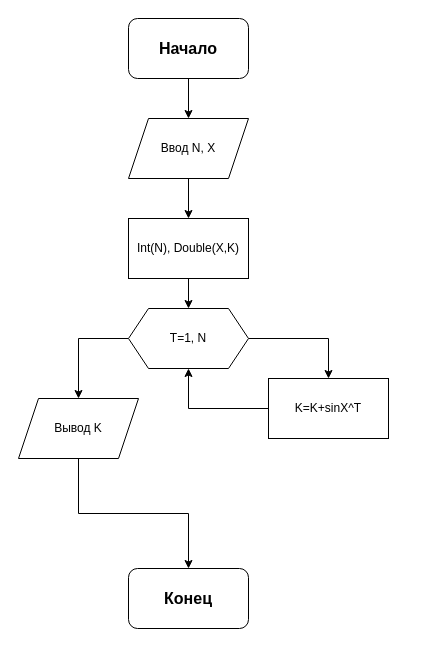
The draw.io diagram Untitled Diagram.drawio in SphaleRud/Python, before the edit. Source tidied: cells renumbered, new cells numbered last; positions are measured from the earlier drawing's top-left corner, leaving out a move shared by most shapes. Both pictures are drawn from the tidied source at 100%, with x=0, y=0 at pixel (18, 18).
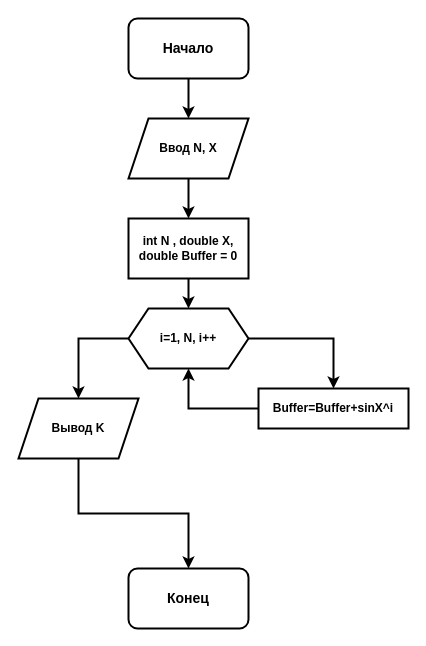
The same page after the edit.

Diff of the diagram source:
```diff
@@
 <mxGraphModel>
   <root>
     <mxCell id="0" />
     <mxCell id="1" parent="0" />
-    <mxCell id="2" style="edgeStyle=orthogonalEdgeStyle;rounded=0;jettySize=auto;html=1;entryX=0.5;entryY=0;entryDx=0;entryDy=0;" parent="1" edge="1" source="3" target="6">
+    <mxCell id="2" style="edgeStyle=orthogonalEdgeStyle;rounded=0;jettySize=auto;html=1;entryX=0.5;entryY=0;entryDx=0;entryDy=0;strokeWidth=2;fontStyle=1;fontSize=12;" parent="1" edge="1" source="3" target="6">
       <mxGeometry relative="1" as="geometry" />
     </mxCell>
-    <mxCell id="3" value="&lt;font style=&quot;font-size: 16px&quot;&gt;&lt;b&gt;Начало&lt;/b&gt;&lt;/font&gt;" style="rounded=1;whiteSpace=wrap;html=1;" parent="1" vertex="1">
+    <mxCell id="3" value="&lt;font style=&quot;font-size: 14px;&quot;&gt;&lt;span style=&quot;font-size: 14px;&quot;&gt;Начало&lt;/span&gt;&lt;/font&gt;" style="rounded=1;whiteSpace=wrap;html=1;strokeWidth=2;fontStyle=1;fontSize=14;" parent="1" vertex="1">
       <mxGeometry x="110" width="120" height="60" as="geometry" />
     </mxCell>
-    <mxCell id="4" value="&lt;font style=&quot;font-size: 16px&quot;&gt;&lt;b&gt;Конец&lt;/b&gt;&lt;/font&gt;" style="rounded=1;whiteSpace=wrap;html=1;" parent="1" vertex="1">
+    <mxCell id="4" value="&lt;font style=&quot;font-size: 14px;&quot;&gt;&lt;span style=&quot;font-size: 14px;&quot;&gt;Конец&lt;/span&gt;&lt;/font&gt;" style="rounded=1;whiteSpace=wrap;html=1;strokeWidth=2;fontStyle=1;fontSize=14;" parent="1" vertex="1">
       <mxGeometry x="110" y="550" width="120" height="60" as="geometry" />
     </mxCell>
-    <mxCell id="5" style="edgeStyle=orthogonalEdgeStyle;rounded=0;jettySize=auto;html=1;entryX=0.5;entryY=0;entryDx=0;entryDy=0;" parent="1" edge="1" source="6" target="8">
+    <mxCell id="5" style="edgeStyle=orthogonalEdgeStyle;rounded=0;jettySize=auto;html=1;entryX=0.5;entryY=0;entryDx=0;entryDy=0;strokeWidth=2;fontStyle=1;fontSize=12;" parent="1" edge="1" source="6" target="8">
       <mxGeometry relative="1" as="geometry" />
     </mxCell>
-    <mxCell id="6" value="Ввод N, X" style="shape=parallelogram;perimeter=parallelogramPerimeter;whiteSpace=wrap;html=1;fixedSize=1;" parent="1" vertex="1">
+    <mxCell id="6" value="Ввод N, X" style="shape=parallelogram;perimeter=parallelogramPerimeter;whiteSpace=wrap;html=1;fixedSize=1;strokeWidth=2;fontStyle=1;fontSize=12;" parent="1" vertex="1">
       <mxGeometry x="110" y="100" width="120" height="60" as="geometry" />
     </mxCell>
-    <mxCell id="7" style="edgeStyle=orthogonalEdgeStyle;rounded=0;jettySize=auto;html=1;entryX=0.5;entryY=0;entryDx=0;entryDy=0;" parent="1" edge="1" source="8" target="15">
+    <mxCell id="7" style="edgeStyle=orthogonalEdgeStyle;rounded=0;jettySize=auto;html=1;entryX=0.5;entryY=0;entryDx=0;entryDy=0;strokeWidth=2;fontStyle=1;fontSize=12;" parent="1" edge="1" source="8" target="15">
       <mxGeometry relative="1" as="geometry" />
     </mxCell>
-    <mxCell id="8" value="Int(N), Double(X,K)" style="rounded=0;whiteSpace=wrap;html=1;" parent="1" vertex="1">
+    <mxCell id="8" value="int N , double X,&lt;br style=&quot;font-size: 12px&quot;&gt;double Buffer = 0" style="rounded=0;whiteSpace=wrap;html=1;strokeWidth=2;fontStyle=1;fontSize=12;" parent="1" vertex="1">
       <mxGeometry x="110" y="200" width="120" height="60" as="geometry" />
     </mxCell>
-    <mxCell id="9" style="edgeStyle=orthogonalEdgeStyle;rounded=0;jettySize=auto;html=1;entryX=0.5;entryY=1;entryDx=0;entryDy=0;" parent="1" edge="1" source="10" target="15">
+    <mxCell id="9" style="edgeStyle=orthogonalEdgeStyle;rounded=0;jettySize=auto;html=1;entryX=0.5;entryY=1;entryDx=0;entryDy=0;strokeWidth=2;fontStyle=1;fontSize=12;" parent="1" edge="1" source="10" target="15">
       <mxGeometry relative="1" as="geometry" />
     </mxCell>
-    <mxCell id="10" value="K=K+sinX^T" style="rounded=0;whiteSpace=wrap;html=1;" parent="1" vertex="1">
-      <mxGeometry x="250" y="360" width="120" height="60" as="geometry" />
+    <mxCell id="10" value="Buffer=Buffer+sinX^i" style="rounded=0;whiteSpace=wrap;html=1;strokeWidth=2;fontStyle=1;fontSize=12;" parent="1" vertex="1">
+      <mxGeometry x="240" y="370" width="150" height="40" as="geometry" />
     </mxCell>
-    <mxCell id="11" style="edgeStyle=orthogonalEdgeStyle;rounded=0;jettySize=auto;html=1;entryX=0.5;entryY=0;entryDx=0;entryDy=0;" parent="1" edge="1" source="12" target="4">
+    <mxCell id="11" style="edgeStyle=orthogonalEdgeStyle;rounded=0;jettySize=auto;html=1;entryX=0.5;entryY=0;entryDx=0;entryDy=0;strokeWidth=2;fontStyle=1;fontSize=12;" parent="1" edge="1" source="12" target="4">
       <mxGeometry relative="1" as="geometry" />
     </mxCell>
-    <mxCell id="12" value="Вывод K" style="shape=parallelogram;perimeter=parallelogramPerimeter;whiteSpace=wrap;html=1;fixedSize=1;" parent="1" vertex="1">
+    <mxCell id="12" value="Вывод K" style="shape=parallelogram;perimeter=parallelogramPerimeter;whiteSpace=wrap;html=1;fixedSize=1;strokeWidth=2;fontStyle=1;fontSize=12;" parent="1" vertex="1">
       <mxGeometry y="380" width="120" height="60" as="geometry" />
     </mxCell>
-    <mxCell id="13" style="edgeStyle=orthogonalEdgeStyle;rounded=0;jettySize=auto;html=1;entryX=0.5;entryY=0;entryDx=0;entryDy=0;" parent="1" edge="1" source="15" target="10">
+    <mxCell id="13" style="edgeStyle=orthogonalEdgeStyle;rounded=0;jettySize=auto;html=1;entryX=0.5;entryY=0;entryDx=0;entryDy=0;strokeWidth=2;fontStyle=1;fontSize=12;" parent="1" edge="1" source="15" target="10">
       <mxGeometry relative="1" as="geometry" />
     </mxCell>
-    <mxCell id="14" style="edgeStyle=orthogonalEdgeStyle;rounded=0;jettySize=auto;html=1;entryX=0.5;entryY=0;entryDx=0;entryDy=0;" parent="1" edge="1" source="15" target="12">
+    <mxCell id="14" style="edgeStyle=orthogonalEdgeStyle;rounded=0;jettySize=auto;html=1;entryX=0.5;entryY=0;entryDx=0;entryDy=0;strokeWidth=2;fontStyle=1;fontSize=12;" parent="1" edge="1" source="15" target="12">
       <mxGeometry relative="1" as="geometry">
         <Array as="points">
           <mxPoint x="60" y="320" />
         </Array>
       </mxGeometry>
     </mxCell>
-    <mxCell id="15" value="T=1, N" style="shape=hexagon;perimeter=hexagonPerimeter2;whiteSpace=wrap;html=1;fixedSize=1;" parent="1" vertex="1">
+    <mxCell id="15" value="i=1, N, i++" style="shape=hexagon;perimeter=hexagonPerimeter2;whiteSpace=wrap;html=1;fixedSize=1;strokeWidth=2;fontStyle=1;fontSize=12;" parent="1" vertex="1">
       <mxGeometry x="110" y="290" width="120" height="60" as="geometry" />
     </mxCell>
   </root>
 </mxGraphModel>
```
